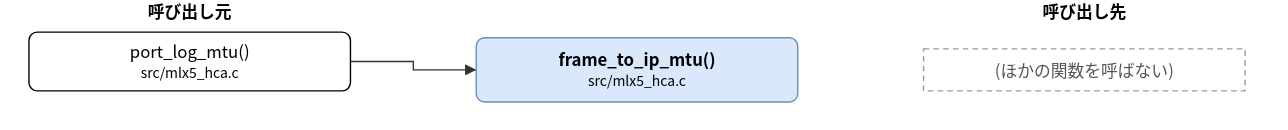
hf355051012-ai/bfmem keeps this draw.io diagram as doc/spec/images/call_src_mlx5_hca-frame_to_ip_mtu.drawio.svg. Above is the earlier version. Source tidied: cells renumbered, new cells last; positions are measured from the earlier drawing's top-left corner, leaving out a move shared by most shapes. Source of this version:
```xml
<mxGraphModel>
  <root>
    <mxCell id="0" />
    <mxCell id="1" parent="0" />
    <mxCell id="2" value="frame_to_ip_mtu()&lt;br&gt;&lt;font style=&quot;font-size:10px&quot;&gt;src/mlx5_hca.c&lt;/font&gt;" style="rounded=1;whiteSpace=wrap;html=1;fillColor=#dae8fc;strokeColor=#6c8ebf;fontStyle=1;" parent="1" vertex="1">
      <mxGeometry x="320" y="27" width="230" height="46" as="geometry" />
    </mxCell>
    <mxCell id="3" value="port_log_mtu()&lt;br&gt;&lt;font style=&quot;font-size:10px&quot;&gt;src/mlx5_hca.c&lt;/font&gt;" style="rounded=1;whiteSpace=wrap;html=1;" parent="1" vertex="1">
      <mxGeometry y="23" width="230" height="42" as="geometry" />
    </mxCell>
    <mxCell id="4" value="(ほかの関数を呼ばない)" style="rounded=0;whiteSpace=wrap;html=1;dashed=1;strokeColor=#999999;fontColor=#555555;dashed=1;" parent="1" vertex="1">
      <mxGeometry x="640" y="35" width="230" height="30" as="geometry" />
    </mxCell>
    <mxCell id="5" style="edgeStyle=none;html=1;rounded=0;endArrow=block;endFill=1;exitX=1.0000;exitY=0.5000;exitDx=0;exitDy=0;exitPerimeter=0;entryX=0.0000;entryY=0.5000;entryDx=0;entryDy=0;entryPerimeter=0;" parent="1" edge="1" source="3" target="2">
      <mxGeometry relative="1" as="geometry">
        <Array as="points">
          <mxPoint x="275" y="44" />
          <mxPoint x="275" y="50" />
        </Array>
      </mxGeometry>
    </mxCell>
    <mxCell id="6" value="呼び出し元" style="text;html=1;align=center;fontStyle=1;" parent="1" vertex="1">
      <mxGeometry x="35" width="160" height="18" as="geometry" />
    </mxCell>
    <mxCell id="7" value="呼び出し先" style="text;html=1;align=center;fontStyle=1;" parent="1" vertex="1">
      <mxGeometry x="675" width="160" height="18" as="geometry" />
    </mxCell>
  </root>
</mxGraphModel>
```
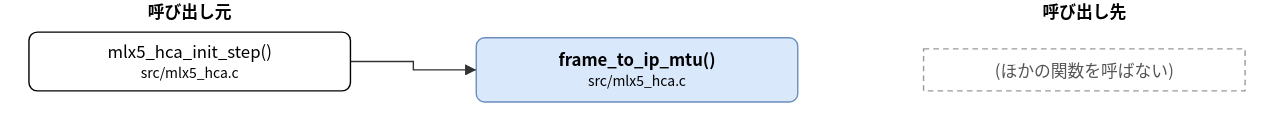
After the change.

The edit, as a diff of the source:
```diff
@@ -5,7 +5,7 @@
     <mxCell id="2" value="frame_to_ip_mtu()&lt;br&gt;&lt;font style=&quot;font-size:10px&quot;&gt;src/mlx5_hca.c&lt;/font&gt;" style="rounded=1;whiteSpace=wrap;html=1;fillColor=#dae8fc;strokeColor=#6c8ebf;fontStyle=1;" parent="1" vertex="1">
       <mxGeometry x="320" y="27" width="230" height="46" as="geometry" />
     </mxCell>
-    <mxCell id="3" value="port_log_mtu()&lt;br&gt;&lt;font style=&quot;font-size:10px&quot;&gt;src/mlx5_hca.c&lt;/font&gt;" style="rounded=1;whiteSpace=wrap;html=1;" parent="1" vertex="1">
+    <mxCell id="3" value="mlx5_hca_init_step()&lt;br&gt;&lt;font style=&quot;font-size:10px&quot;&gt;src/mlx5_hca.c&lt;/font&gt;" style="rounded=1;whiteSpace=wrap;html=1;" parent="1" vertex="1">
       <mxGeometry y="23" width="230" height="42" as="geometry" />
     </mxCell>
     <mxCell id="4" value="(ほかの関数を呼ばない)" style="rounded=0;whiteSpace=wrap;html=1;dashed=1;strokeColor=#999999;fontColor=#555555;dashed=1;" parent="1" vertex="1">
```
